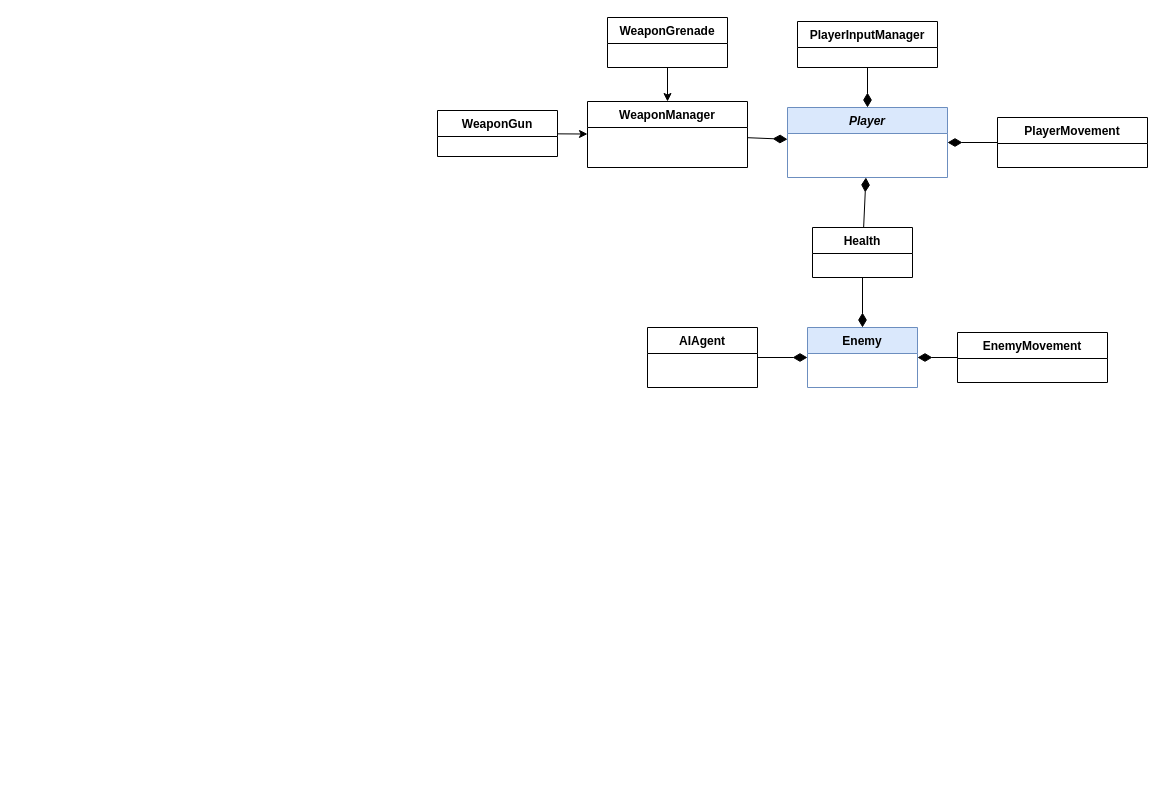
Earlier version of the draw.io diagram Entities.drawio (dana-jadzia/SGD213_Task-2-Wiki). Source tidied: cells renumbered, new cells numbered last; positions are measured from the earlier drawing's top-left corner, leaving out a move shared by most shapes. Both pictures are drawn from the tidied source at 100%, with x=0, y=0 at pixel (437, 17).
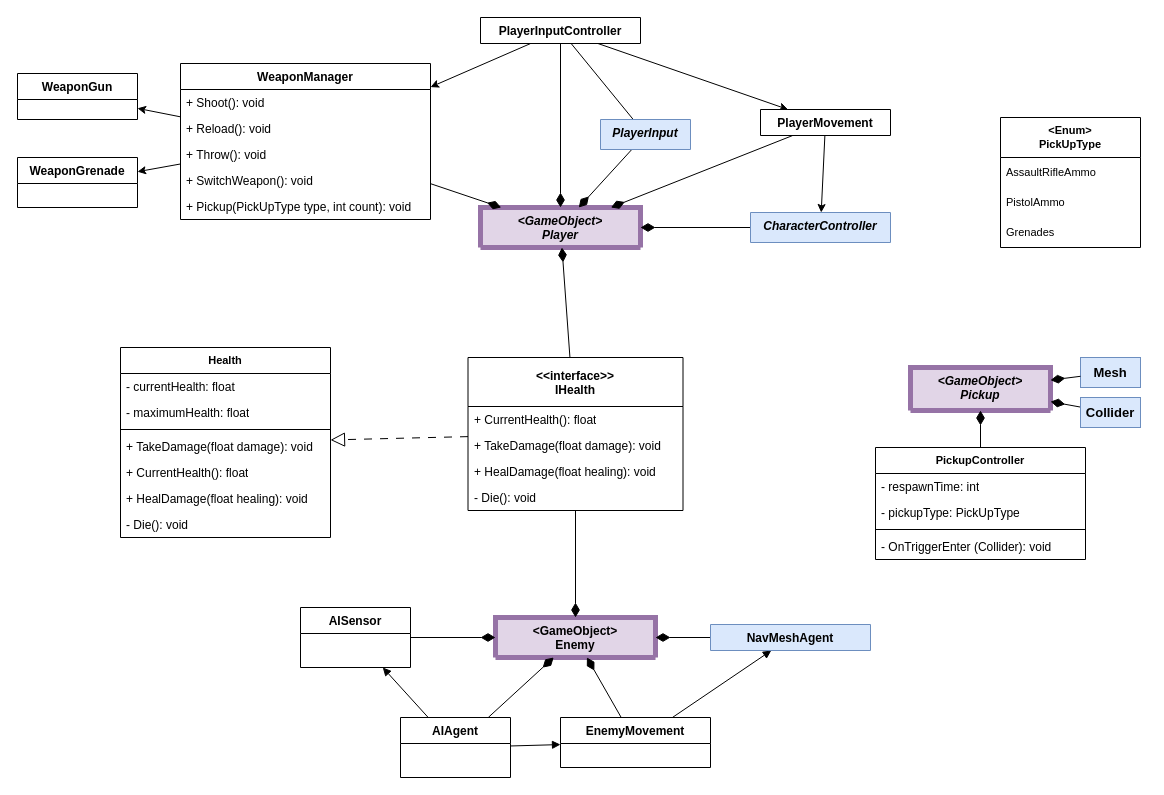
The same diagram, later.

Diff of the diagram source:
```diff
@@
-    <mxCell id="2" value="Player" style="swimlane;fontStyle=3;align=center;verticalAlign=top;horizontal=1;startSize=26;rounded=0;shadow=0;strokeWidth=1;fillColor=#dae8fc;strokeColor=#6c8ebf;" parent="1" vertex="1">
-      <mxGeometry x="350" y="90" width="160" height="70" as="geometry" />
+    <mxCell id="2" value="&lt;GameObject&gt;&#10;Player" style="swimlane;fontStyle=3;align=center;verticalAlign=top;horizontal=1;startSize=40;rounded=0;shadow=0;strokeWidth=5;fillColor=#e1d5e7;strokeColor=#9673a6;swimlaneFillColor=none;fillStyle=auto;" parent="1" vertex="1" collapsed="1">
+      <mxGeometry x="43" y="190" width="160" height="40" as="geometry" />
     </mxCell>
-    <mxCell id="3" value="Enemy" style="swimlane;fontStyle=1;align=center;verticalAlign=top;horizontal=1;startSize=26;rounded=0;shadow=0;strokeWidth=1;fillColor=#dae8fc;strokeColor=#6c8ebf;" parent="1" vertex="1">
-      <mxGeometry x="370" y="310" width="110" height="60" as="geometry" />
+    <mxCell id="3" value="&lt;GameObject&gt;&#10;Enemy" style="swimlane;fontStyle=1;align=center;verticalAlign=top;horizontal=1;startSize=40;rounded=0;shadow=0;strokeWidth=5;fillColor=#e1d5e7;strokeColor=#9673a6;" parent="1" vertex="1" collapsed="1">
+      <mxGeometry x="58" y="600" width="160" height="40" as="geometry" />
     </mxCell>
-    <mxCell id="4" style="edgeStyle=none;shape=connector;rounded=0;jettySize=auto;html=1;strokeColor=default;align=center;verticalAlign=middle;fontFamily=Helvetica;fontSize=11;fontColor=default;labelBackgroundColor=default;endArrow=classic;" parent="1" edge="1" source="5" target="9">
+    <mxCell id="4" style="edgeStyle=none;shape=connector;rounded=0;jettySize=auto;html=1;strokeColor=default;align=center;verticalAlign=middle;fontFamily=Helvetica;fontSize=11;fontColor=default;labelBackgroundColor=default;endArrow=classic;" parent="1" edge="1" source="9" target="5">
       <mxGeometry relative="1" as="geometry" />
     </mxCell>
     <mxCell id="5" value="WeaponGun" style="swimlane;fontStyle=1;align=center;verticalAlign=top;horizontal=1;startSize=26;rounded=0;shadow=0;strokeWidth=1;" parent="1" vertex="1">
-      <mxGeometry y="93" width="120" height="46" as="geometry" />
+      <mxGeometry x="-420" y="56" width="120" height="46" as="geometry" />
     </mxCell>
-    <mxCell id="6" style="edgeStyle=none;shape=connector;rounded=0;jettySize=auto;html=1;strokeColor=default;align=center;verticalAlign=middle;fontFamily=Helvetica;fontSize=11;fontColor=default;labelBackgroundColor=default;endArrow=classic;" parent="1" edge="1" source="7" target="9">
+    <mxCell id="6" style="edgeStyle=none;shape=connector;rounded=0;jettySize=auto;html=1;strokeColor=default;align=center;verticalAlign=middle;fontFamily=Helvetica;fontSize=11;fontColor=default;labelBackgroundColor=default;endArrow=classic;" parent="1" edge="1" source="9" target="7">
       <mxGeometry relative="1" as="geometry" />
     </mxCell>
     <mxCell id="7" value="WeaponGrenade" style="swimlane;fontStyle=1;align=center;verticalAlign=top;horizontal=1;startSize=26;rounded=0;shadow=0;strokeWidth=1;" parent="1" vertex="1">
-      <mxGeometry x="170" width="120" height="50" as="geometry" />
+      <mxGeometry x="-420" y="140" width="120" height="50" as="geometry" />
     </mxCell>
@@
     <mxCell id="9" value="WeaponManager" style="swimlane;fontStyle=1;align=center;verticalAlign=top;horizontal=1;startSize=26;rounded=0;shadow=0;strokeWidth=1;" parent="1" vertex="1">
-      <mxGeometry x="150" y="84" width="160" height="66" as="geometry" />
+      <mxGeometry x="-257" y="46" width="250" height="156" as="geometry" />
     </mxCell>
+    <mxCell id="21" value="+ Shoot(): void" style="text;strokeColor=none;fillColor=none;align=left;verticalAlign=top;spacingLeft=4;spacingRight=4;overflow=hidden;whiteSpace=wrap;html=1;" parent="9" vertex="1">
+      <mxGeometry y="26" width="250" height="26" as="geometry" />
+    </mxCell>
+    <mxCell id="22" value="&lt;div&gt;+ Reload(): void&lt;/div&gt;" style="text;strokeColor=none;fillColor=none;align=left;verticalAlign=top;spacingLeft=4;spacingRight=4;overflow=hidden;whiteSpace=wrap;html=1;" parent="9" vertex="1">
+      <mxGeometry y="52" width="250" height="26" as="geometry" />
+    </mxCell>
+    <mxCell id="23" value="+ Throw(): void" style="text;strokeColor=none;fillColor=none;align=left;verticalAlign=top;spacingLeft=4;spacingRight=4;overflow=hidden;whiteSpace=wrap;html=1;" parent="9" vertex="1">
+      <mxGeometry y="78" width="250" height="26" as="geometry" />
+    </mxCell>
+    <mxCell id="24" value="+ SwitchWeapon(): void" style="text;strokeColor=none;fillColor=none;align=left;verticalAlign=top;spacingLeft=4;spacingRight=4;overflow=hidden;whiteSpace=wrap;html=1;" parent="9" vertex="1">
+      <mxGeometry y="104" width="250" height="26" as="geometry" />
+    </mxCell>
+    <mxCell id="25" value="+ Pickup(PickUpType type, int count): void" style="text;strokeColor=none;fillColor=none;align=left;verticalAlign=top;spacingLeft=4;spacingRight=4;overflow=hidden;whiteSpace=wrap;html=1;" parent="9" vertex="1">
+      <mxGeometry y="130" width="250" height="26" as="geometry" />
+    </mxCell>
@@
+    <mxCell id="26" style="rounded=0;jettySize=auto;html=1;" parent="1" edge="1" source="11" target="9">
+      <mxGeometry relative="1" as="geometry" />
+    </mxCell>
+    <mxCell id="27" style="rounded=0;jettySize=auto;html=1;" parent="1" edge="1" source="11" target="13">
+      <mxGeometry relative="1" as="geometry" />
+    </mxCell>
+    <mxCell id="28" style="edgeStyle=none;shape=connector;rounded=0;jettySize=auto;html=1;strokeColor=default;align=center;verticalAlign=middle;fontFamily=Helvetica;fontSize=11;fontColor=default;labelBackgroundColor=default;startArrow=none;startFill=0;endArrow=none;" parent="1" edge="1" source="46" target="11">
+      <mxGeometry relative="1" as="geometry" />
+    </mxCell>
-    <mxCell id="11" value="PlayerInputManager" style="swimlane;fontStyle=1;align=center;verticalAlign=top;horizontal=1;startSize=26;rounded=0;shadow=0;strokeWidth=1;" parent="1" vertex="1">
-      <mxGeometry x="360" y="4" width="140" height="46" as="geometry" />
+    <mxCell id="11" value="PlayerInputController" style="swimlane;fontStyle=1;align=center;verticalAlign=top;horizontal=1;startSize=26;rounded=0;shadow=0;strokeWidth=1;" parent="1" vertex="1" collapsed="1">
+      <mxGeometry x="43" width="160" height="26" as="geometry" />
     </mxCell>
@@
+    <mxCell id="29" style="rounded=0;jettySize=auto;html=1;endSize=6;" parent="1" edge="1" source="13" target="43">
+      <mxGeometry relative="1" as="geometry" />
+    </mxCell>
-    <mxCell id="13" value="PlayerMovement" style="swimlane;fontStyle=1;align=center;verticalAlign=top;horizontal=1;startSize=26;rounded=0;shadow=0;strokeWidth=1;" parent="1" vertex="1">
-      <mxGeometry x="560" y="100" width="150" height="50" as="geometry" />
+    <mxCell id="13" value="PlayerMovement" style="swimlane;fontStyle=1;align=center;verticalAlign=top;horizontal=1;startSize=26;rounded=0;shadow=0;strokeWidth=1;" parent="1" vertex="1" collapsed="1">
+      <mxGeometry x="323" y="92" width="130" height="26" as="geometry" />
     </mxCell>
-    <mxCell id="14" style="edgeStyle=none;shape=connector;rounded=0;jettySize=auto;html=1;strokeColor=default;align=center;verticalAlign=middle;fontFamily=Helvetica;fontSize=11;fontColor=default;labelBackgroundColor=default;endArrow=diamondThin;endFill=1;startSize=6;endSize=12;" parent="1" edge="1" source="16" target="2">
+    <mxCell id="14" style="edgeStyle=none;shape=connector;rounded=0;jettySize=auto;html=1;strokeColor=default;align=center;verticalAlign=middle;fontFamily=Helvetica;fontSize=11;fontColor=default;labelBackgroundColor=default;endArrow=diamondThin;endFill=1;startSize=6;endSize=12;" parent="1" edge="1" source="37" target="2">
       <mxGeometry relative="1" as="geometry" />
     </mxCell>
-    <mxCell id="15" style="edgeStyle=none;shape=connector;rounded=0;jettySize=auto;html=1;strokeColor=default;align=center;verticalAlign=middle;fontFamily=Helvetica;fontSize=11;fontColor=default;labelBackgroundColor=default;endArrow=diamondThin;endFill=1;startSize=6;endSize=12;" parent="1" edge="1" source="16" target="3">
+    <mxCell id="15" style="edgeStyle=none;shape=connector;rounded=0;jettySize=auto;html=1;strokeColor=default;align=center;verticalAlign=middle;fontFamily=Helvetica;fontSize=11;fontColor=default;labelBackgroundColor=default;endArrow=diamondThin;endFill=1;startSize=6;endSize=12;" parent="1" edge="1" source="37" target="3">
       <mxGeometry relative="1" as="geometry" />
     </mxCell>
-    <mxCell id="16" value="Health" style="swimlane;fontStyle=1;align=center;verticalAlign=top;horizontal=1;startSize=26;rounded=0;shadow=0;strokeWidth=1;" parent="1" vertex="1">
-      <mxGeometry x="375" y="210" width="100" height="50" as="geometry" />
-    </mxCell>
+    <mxCell id="30" style="rounded=0;jettySize=auto;html=1;endSize=12;endArrow=block;endFill=0;dashed=1;dashPattern=8 8;" parent="1" edge="1" source="37" target="16">
+      <mxGeometry relative="1" as="geometry" />
+    </mxCell>
@@
     <mxCell id="18" value="AIAgent" style="swimlane;fontStyle=1;align=center;verticalAlign=top;horizontal=1;startSize=26;rounded=0;shadow=0;strokeWidth=1;" parent="1" vertex="1">
-      <mxGeometry x="210" y="310" width="110" height="60" as="geometry" />
+      <mxGeometry x="-37" y="700" width="110" height="60" as="geometry" />
     </mxCell>
@@
+    <mxCell id="31" style="edgeStyle=none;shape=connector;rounded=0;jettySize=auto;html=1;strokeColor=default;align=center;verticalAlign=middle;fontFamily=Helvetica;fontSize=11;fontColor=default;labelBackgroundColor=default;startArrow=block;startFill=1;endArrow=none;" parent="1" edge="1" source="36" target="20">
+      <mxGeometry relative="1" as="geometry" />
+    </mxCell>
     <mxCell id="20" value="EnemyMovement" style="swimlane;fontStyle=1;align=center;verticalAlign=top;horizontal=1;startSize=26;rounded=0;shadow=0;strokeWidth=1;" parent="1" vertex="1">
-      <mxGeometry x="520" y="315" width="150" height="50" as="geometry" />
+      <mxGeometry x="123" y="700" width="150" height="50" as="geometry" />
     </mxCell>
+    <mxCell id="32" style="edgeStyle=none;shape=connector;rounded=0;jettySize=auto;html=1;strokeColor=default;align=center;verticalAlign=middle;fontFamily=Helvetica;fontSize=11;fontColor=default;labelBackgroundColor=default;endArrow=diamondThin;endFill=1;startSize=6;endSize=12;" parent="1" edge="1" source="34" target="3">
+      <mxGeometry relative="1" as="geometry" />
+    </mxCell>
+    <mxCell id="33" style="rounded=0;jettySize=auto;html=1;endArrow=none;startFill=1;startArrow=block;" parent="1" edge="1" source="34" target="18">
+      <mxGeometry relative="1" as="geometry" />
+    </mxCell>
+    <mxCell id="34" value="AISensor" style="swimlane;fontStyle=1;align=center;verticalAlign=top;horizontal=1;startSize=26;rounded=0;shadow=0;strokeWidth=1;" parent="1" vertex="1">
+      <mxGeometry x="-137" y="590" width="110" height="60" as="geometry" />
+    </mxCell>
+    <mxCell id="35" style="rounded=0;jettySize=auto;html=1;endArrow=diamondThin;endFill=1;endSize=12;" parent="1" edge="1" source="36" target="3">
+      <mxGeometry relative="1" as="geometry" />
+    </mxCell>
+    <mxCell id="36" value="NavMeshAgent" style="swimlane;fontStyle=1;align=center;verticalAlign=top;horizontal=1;startSize=26;rounded=0;shadow=0;strokeWidth=1;fillColor=#dae8fc;strokeColor=#6c8ebf;" parent="1" vertex="1" collapsed="1">
+      <mxGeometry x="273" y="607" width="160" height="26" as="geometry" />
+    </mxCell>
+    <mxCell id="37" value="&lt;&lt;interface&gt;&gt;&#10;IHealth" style="swimlane;fontStyle=1;align=center;verticalAlign=middle;horizontal=1;startSize=49;rounded=0;shadow=0;strokeWidth=1;" parent="1" vertex="1">
+      <mxGeometry x="30.5" y="340" width="215" height="153" as="geometry" />
+    </mxCell>
+    <mxCell id="38" value="+ CurrentHealth(): float" style="text;strokeColor=none;fillColor=none;align=left;verticalAlign=top;spacingLeft=4;spacingRight=4;overflow=hidden;whiteSpace=wrap;html=1;" parent="37" vertex="1">
+      <mxGeometry y="49" width="215" height="26" as="geometry" />
+    </mxCell>
+    <mxCell id="39" value="+ TakeDamage(float damage): void" style="text;strokeColor=none;fillColor=none;align=left;verticalAlign=top;spacingLeft=4;spacingRight=4;overflow=hidden;whiteSpace=wrap;html=1;" parent="37" vertex="1">
+      <mxGeometry y="75" width="215" height="26" as="geometry" />
+    </mxCell>
+    <mxCell id="40" value="+ HealDamage(float healing): void" style="text;strokeColor=none;fillColor=none;align=left;verticalAlign=top;spacingLeft=4;spacingRight=4;overflow=hidden;whiteSpace=wrap;html=1;" parent="37" vertex="1">
+      <mxGeometry y="101" width="215" height="26" as="geometry" />
+    </mxCell>
+    <mxCell id="41" value="- Die(): void" style="text;strokeColor=none;fillColor=none;align=left;verticalAlign=top;spacingLeft=4;spacingRight=4;overflow=hidden;whiteSpace=wrap;html=1;" parent="37" vertex="1">
+      <mxGeometry y="127" width="215" height="26" as="geometry" />
+    </mxCell>
+    <mxCell id="42" style="rounded=0;jettySize=auto;html=1;endArrow=diamondThin;endFill=1;endSize=12;" parent="1" edge="1" source="43" target="2">
+      <mxGeometry relative="1" as="geometry" />
+    </mxCell>
+    <mxCell id="43" value="CharacterController" style="swimlane;fontStyle=3;align=center;verticalAlign=top;horizontal=1;startSize=30;rounded=0;shadow=0;strokeWidth=1;fillColor=#dae8fc;strokeColor=#6c8ebf;" parent="1" vertex="1" collapsed="1">
+      <mxGeometry x="313" y="195" width="140" height="30" as="geometry" />
+    </mxCell>
+    <mxCell id="44" style="rounded=0;jettySize=auto;html=1;endArrow=none;startFill=1;startArrow=block;" parent="1" edge="1" source="20" target="18">
+      <mxGeometry relative="1" as="geometry" />
+    </mxCell>
+    <mxCell id="45" style="rounded=0;jettySize=auto;html=1;endArrow=diamondThin;endFill=1;endSize=12;" parent="1" edge="1" source="46" target="2">
+      <mxGeometry relative="1" as="geometry" />
+    </mxCell>
+    <mxCell id="46" value="PlayerInput" style="swimlane;fontStyle=3;align=center;verticalAlign=top;horizontal=1;startSize=30;rounded=0;shadow=0;strokeWidth=1;fillColor=#dae8fc;strokeColor=#6c8ebf;" parent="1" vertex="1" collapsed="1">
+      <mxGeometry x="163" y="102" width="90" height="30" as="geometry" />
+    </mxCell>
+    <mxCell id="16" value="Health" style="swimlane;fontStyle=1;align=center;verticalAlign=top;horizontal=1;startSize=26;whiteSpace=wrap;html=1;fontFamily=Helvetica;fontSize=11;fontColor=default;labelBackgroundColor=default;" parent="1" vertex="1">
+      <mxGeometry x="-317" y="330" width="210" height="190" as="geometry" />
+    </mxCell>
+    <mxCell id="47" value="- currentHealth: float" style="text;strokeColor=none;fillColor=none;align=left;verticalAlign=top;spacingLeft=4;spacingRight=4;overflow=hidden;whiteSpace=wrap;html=1;" parent="16" vertex="1">
+      <mxGeometry y="26" width="210" height="26" as="geometry" />
+    </mxCell>
+    <mxCell id="48" value="&lt;div&gt;- maximumHealth: float&lt;/div&gt;" style="text;strokeColor=none;fillColor=none;align=left;verticalAlign=top;spacingLeft=4;spacingRight=4;overflow=hidden;whiteSpace=wrap;html=1;" parent="16" vertex="1">
+      <mxGeometry y="52" width="210" height="26" as="geometry" />
+    </mxCell>
+    <mxCell id="49" style="line;strokeWidth=1;fillColor=none;align=left;verticalAlign=middle;spacingTop=-1;spacingLeft=3;spacingRight=3;labelPosition=right;strokeColor=inherit;fontFamily=Helvetica;fontSize=11;fontColor=default;labelBackgroundColor=default;" parent="16" vertex="1">
+      <mxGeometry y="78" width="210" height="8" as="geometry" />
+    </mxCell>
+    <mxCell id="50" value="+ TakeDamage(float damage): void" style="text;strokeColor=none;fillColor=none;align=left;verticalAlign=top;spacingLeft=4;spacingRight=4;overflow=hidden;whiteSpace=wrap;html=1;" parent="16" vertex="1">
+      <mxGeometry y="86" width="210" height="26" as="geometry" />
+    </mxCell>
+    <mxCell id="51" value="+ CurrentHealth(): float" style="text;strokeColor=none;fillColor=none;align=left;verticalAlign=top;spacingLeft=4;spacingRight=4;overflow=hidden;whiteSpace=wrap;html=1;" parent="16" vertex="1">
+      <mxGeometry y="112" width="210" height="26" as="geometry" />
+    </mxCell>
+    <mxCell id="52" value="+ HealDamage(float healing): void" style="text;strokeColor=none;fillColor=none;align=left;verticalAlign=top;spacingLeft=4;spacingRight=4;overflow=hidden;whiteSpace=wrap;html=1;" parent="16" vertex="1">
+      <mxGeometry y="138" width="210" height="26" as="geometry" />
+    </mxCell>
+    <mxCell id="53" value="- Die(): void" style="text;strokeColor=none;fillColor=none;align=left;verticalAlign=top;spacingLeft=4;spacingRight=4;overflow=hidden;whiteSpace=wrap;html=1;" parent="16" vertex="1">
+      <mxGeometry y="164" width="210" height="26" as="geometry" />
+    </mxCell>
+    <mxCell id="54" value="&lt;GameObject&gt;&#10;Pickup" style="swimlane;fontStyle=3;align=center;verticalAlign=top;horizontal=1;startSize=43;rounded=0;shadow=0;strokeWidth=5;fillColor=#e1d5e7;strokeColor=#9673a6;" parent="1" vertex="1" collapsed="1">
+      <mxGeometry x="473" y="350" width="140" height="43" as="geometry" />
+    </mxCell>
+    <mxCell id="55" style="edgeStyle=none;shape=connector;rounded=0;jettySize=auto;html=1;strokeColor=default;align=center;verticalAlign=middle;fontFamily=Helvetica;fontSize=11;fontColor=default;labelBackgroundColor=default;endArrow=diamondThin;endFill=1;endSize=12;" parent="1" edge="1" source="58" target="54">
+      <mxGeometry relative="1" as="geometry" />
+    </mxCell>
+    <mxCell id="56" value="&lt;span&gt;Mesh&lt;/span&gt;" style="html=1;whiteSpace=wrap;fontFamily=Helvetica;fontSize=13;labelBackgroundColor=none;fillColor=#dae8fc;strokeColor=#6c8ebf;fontStyle=1;" parent="1" vertex="1">
+      <mxGeometry x="643" y="340" width="60" height="30" as="geometry" />
+    </mxCell>
+    <mxCell id="57" style="rounded=0;jettySize=auto;html=1;endArrow=diamondThin;endFill=1;endSize=12;" parent="1" edge="1" source="56" target="54">
+      <mxGeometry relative="1" as="geometry" />
+    </mxCell>
+    <mxCell id="58" value="Collider" style="html=1;whiteSpace=wrap;fontFamily=Helvetica;fontSize=13;labelBackgroundColor=none;fillColor=#dae8fc;strokeColor=#6c8ebf;fontStyle=1;" parent="1" vertex="1">
+      <mxGeometry x="643" y="380" width="60" height="30" as="geometry" />
+    </mxCell>
+    <mxCell id="59" style="edgeStyle=none;shape=connector;rounded=0;jettySize=auto;html=1;strokeColor=default;align=center;verticalAlign=middle;fontFamily=Helvetica;fontSize=11;fontColor=default;labelBackgroundColor=default;endArrow=diamondThin;endFill=1;endSize=12;" parent="1" edge="1" source="60" target="54">
+      <mxGeometry relative="1" as="geometry" />
+    </mxCell>
+    <mxCell id="60" value="PickupController" style="swimlane;fontStyle=1;align=center;verticalAlign=top;horizontal=1;startSize=26;whiteSpace=wrap;html=1;fontFamily=Helvetica;fontSize=11;fontColor=default;labelBackgroundColor=default;" parent="1" vertex="1">
+      <mxGeometry x="438" y="430" width="210" height="112" as="geometry" />
+    </mxCell>
+    <mxCell id="61" value="- respawnTime: int" style="text;strokeColor=none;fillColor=none;align=left;verticalAlign=top;spacingLeft=4;spacingRight=4;overflow=hidden;whiteSpace=wrap;html=1;" parent="60" vertex="1">
+      <mxGeometry y="26" width="210" height="26" as="geometry" />
+    </mxCell>
+    <mxCell id="62" value="- pickupType: PickUpType" style="text;strokeColor=none;fillColor=none;align=left;verticalAlign=top;spacingLeft=4;spacingRight=4;overflow=hidden;whiteSpace=wrap;html=1;" parent="60" vertex="1">
+      <mxGeometry y="52" width="210" height="26" as="geometry" />
+    </mxCell>
+    <mxCell id="63" style="line;strokeWidth=1;fillColor=none;align=left;verticalAlign=middle;spacingTop=-1;spacingLeft=3;spacingRight=3;labelPosition=right;strokeColor=inherit;fontFamily=Helvetica;fontSize=11;fontColor=default;labelBackgroundColor=default;" parent="60" vertex="1">
+      <mxGeometry y="78" width="210" height="8" as="geometry" />
+    </mxCell>
+    <mxCell id="64" value="- OnTriggerEnter (Collider): void" style="text;strokeColor=none;fillColor=none;align=left;verticalAlign=top;spacingLeft=4;spacingRight=4;overflow=hidden;whiteSpace=wrap;html=1;" parent="60" vertex="1">
+      <mxGeometry y="86" width="210" height="26" as="geometry" />
+    </mxCell>
+    <mxCell id="65" value="&lt;div&gt;&lt;b&gt;&amp;lt;Enum&amp;gt;&lt;/b&gt;&lt;/div&gt;&lt;div&gt;&lt;b&gt;PickUpType&lt;/b&gt;&lt;/div&gt;" style="swimlane;fontStyle=0;horizontal=1;startSize=40;whiteSpace=wrap;html=1;fontFamily=Helvetica;fontSize=11;fontColor=default;labelBackgroundColor=default;" parent="1" vertex="1">
+      <mxGeometry x="563" y="100" width="140" height="130" as="geometry" />
+    </mxCell>
+    <mxCell id="66" value="AssaultRifleAmmo" style="text;strokeColor=none;fillColor=none;align=left;verticalAlign=middle;spacingLeft=4;spacingRight=4;overflow=hidden;whiteSpace=wrap;html=1;fontFamily=Helvetica;fontSize=11;fontColor=default;labelBackgroundColor=default;" parent="65" vertex="1">
+      <mxGeometry y="40" width="140" height="30" as="geometry" />
+    </mxCell>
+    <mxCell id="67" value="PistolAmmo" style="text;strokeColor=none;fillColor=none;align=left;verticalAlign=middle;spacingLeft=4;spacingRight=4;overflow=hidden;whiteSpace=wrap;html=1;fontFamily=Helvetica;fontSize=11;fontColor=default;labelBackgroundColor=default;" parent="65" vertex="1">
+      <mxGeometry y="70" width="140" height="30" as="geometry" />
+    </mxCell>
+    <mxCell id="68" value="Grenades" style="text;strokeColor=none;fillColor=none;align=left;verticalAlign=middle;spacingLeft=4;spacingRight=4;overflow=hidden;whiteSpace=wrap;html=1;fontFamily=Helvetica;fontSize=11;fontColor=default;labelBackgroundColor=default;" parent="65" vertex="1">
+      <mxGeometry y="100" width="140" height="30" as="geometry" />
+    </mxCell>
```
